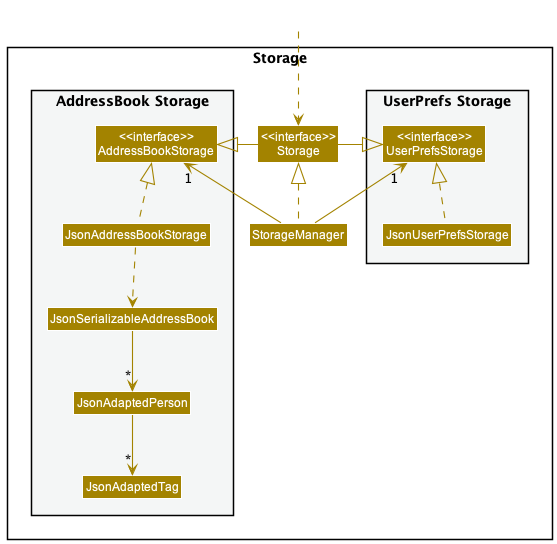
nus-cs2103-AY2223S1/tp keeps this PlantUML diagram as docs/images/StorageClassDiagram.png. Above is the earlier version.
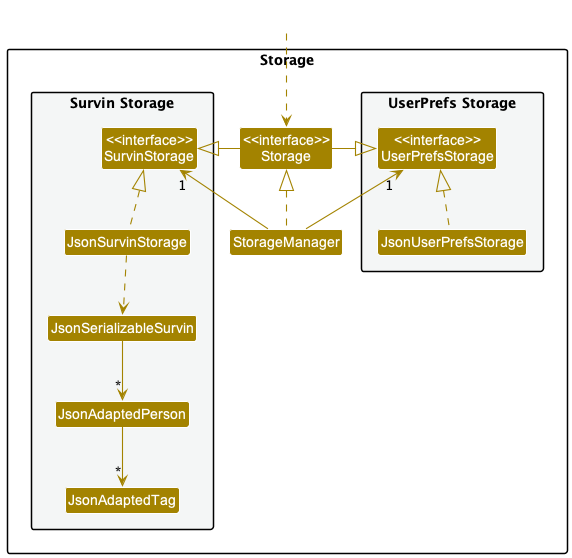
The same file after the commit.

What changed in the source:
```diff
@@ -14,10 +14,10 @@
 Class "<<interface>>\nStorage" as Storage
 Class StorageManager
 
-package "AddressBook Storage" #F4F6F6{
-Class "<<interface>>\nAddressBookStorage" as AddressBookStorage
-Class JsonAddressBookStorage
-Class JsonSerializableAddressBook
+package "Survin Storage" #F4F6F6{
+Class "<<interface>>\nSurvinStorage" as SurvinStorage
+Class JsonSurvinStorage
+Class JsonSerializableSurvin
 Class JsonAdaptedPerson
 Class JsonAdaptedTag
 }
@@ -29,15 +29,15 @@
 
 StorageManager .up.|> Storage
 StorageManager -up-> "1" UserPrefsStorage
-StorageManager -up-> "1" AddressBookStorage
+StorageManager -up-> "1" SurvinStorage
 
 Storage -left-|> UserPrefsStorage
-Storage -right-|> AddressBookStorage
+Storage -right-|> SurvinStorage
 
 JsonUserPrefsStorage .up.|> UserPrefsStorage
-JsonAddressBookStorage .up.|> AddressBookStorage
-JsonAddressBookStorage ..> JsonSerializableAddressBook
-JsonSerializableAddressBook --> "*" JsonAdaptedPerson
+JsonSurvinStorage .up.|> SurvinStorage
+JsonSurvinStorage ..> JsonSerializableSurvin
+JsonSerializableSurvin --> "*" JsonAdaptedPerson
 JsonAdaptedPerson --> "*" JsonAdaptedTag
 
 @enduml
```
